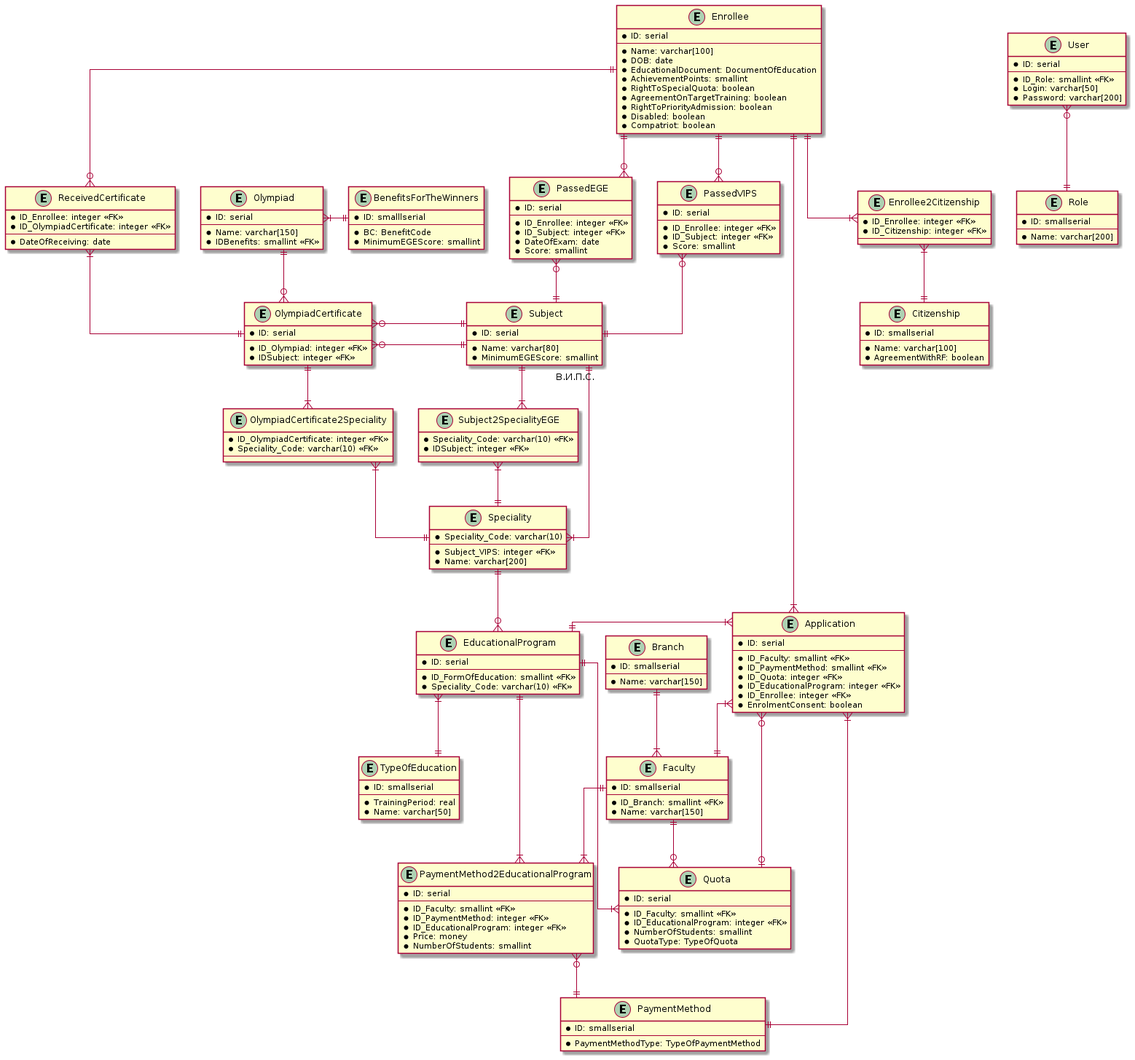
Before: ЛР2/united.png, a diagram exported from PlantUML (CodeDesign2763/DatabaseTask).
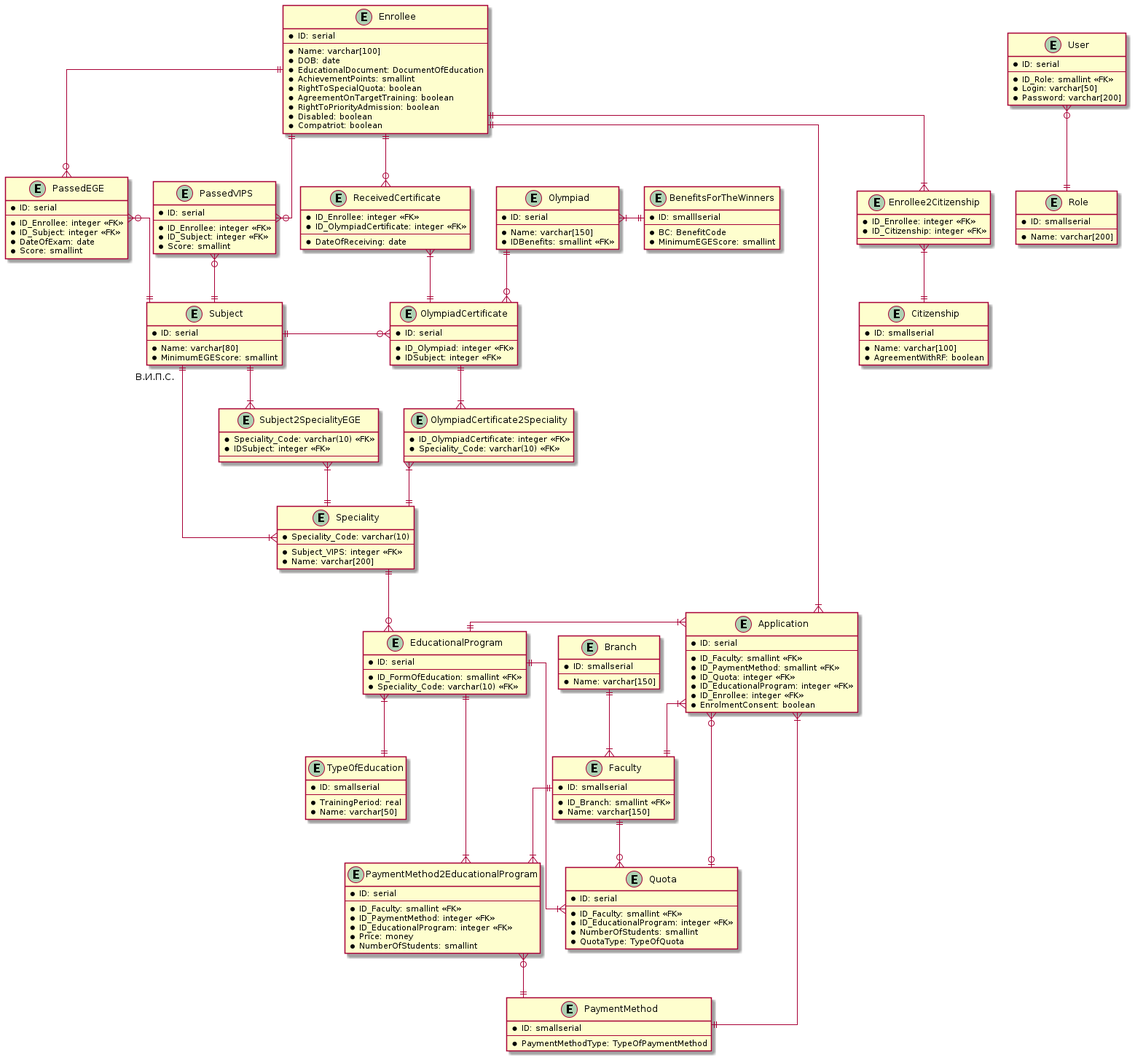
After the commit.

What changed in the source:
```diff
@@ -200,7 +200,6 @@
 OlympiadCertificate2Speciality }|--||  Speciality
 OlympiadCertificate }o-left-|| Subject
 OlympiadCertificate ||--|{ OlympiadCertificate2Speciality
-OlympiadCertificate }o--|| Subject
 Olympiad ||--o{ OlympiadCertificate
 PassedEGE }o--|| Subject
 PassedVIPS }o--|| Subject
```
